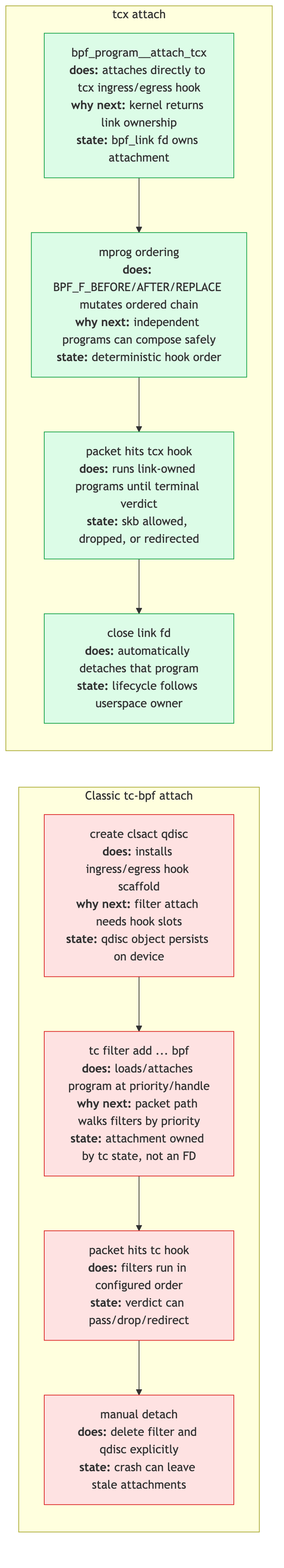
Above: ebpf/src/diagrams/day17_tcx_vs_classic.png in biefy/books (Mermaid), before the change. Its source is kept beside it as ebpf/src/diagrams/src/day17_tcx_vs_classic.mmd.
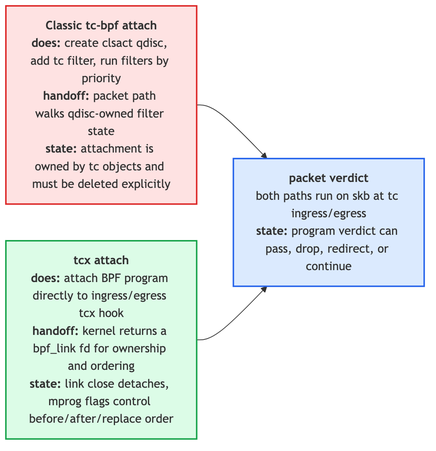
After the commit.

Diff of the diagram source:
```diff
@@ -1,21 +1,16 @@
 flowchart LR
-    subgraph Old["Classic tc-bpf attach"]
-        T1["create clsact qdisc<br/><b>does:</b> installs ingress/egress hook scaffold<br/><b>why next:</b> filter attach needs hook slots<br/><b>state:</b> qdisc object persists on device"]
-        T2["tc filter add ... bpf<br/><b>does:</b> loads/attaches program at priority/handle<br/><b>why next:</b> packet path walks filters by priority<br/><b>state:</b> attachment owned by tc state, not an FD"]
-        T3["packet hits tc hook<br/><b>does:</b> filters run in configured order<br/><b>state:</b> verdict can pass/drop/redirect"]
-        T4["manual detach<br/><b>does:</b> delete filter and qdisc explicitly<br/><b>state:</b> crash can leave stale attachments"]
-        T1 --> T2 --> T3 --> T4
-    end
+    Classic["<b>Classic tc-bpf attach</b><br/><b>does:</b> create clsact qdisc, add tc filter, run filters by priority<br/><b>handoff:</b> packet path walks qdisc-owned filter state<br/><b>state:</b> attachment is owned by tc objects and must be deleted explicitly"]
 
-    subgraph New["tcx attach"]
-        X1["bpf_program__attach_tcx<br/><b>does:</b> attaches directly to tcx ingress/egress hook<br/><b>why next:</b> kernel returns link ownership<br/><b>state:</b> bpf_link fd owns attachment"]
-        X2["mprog ordering<br/><b>does:</b> BPF_F_BEFORE/AFTER/REPLACE mutates ordered chain<br/><b>why next:</b> independent programs can compose safely<br/><b>state:</b> deterministic hook order"]
-        X3["packet hits tcx hook<br/><b>does:</b> runs link-owned programs until terminal verdict<br/><b>state:</b> skb allowed, dropped, or redirected"]
-        X4["close link fd<br/><b>does:</b> automatically detaches that program<br/><b>state:</b> lifecycle follows userspace owner"]
-        X1 --> X2 --> X3 --> X4
-    end
+    TCX["<b>tcx attach</b><br/><b>does:</b> attach BPF program directly to ingress/egress tcx hook<br/><b>handoff:</b> kernel returns a bpf_link fd for ownership and ordering<br/><b>state:</b> link close detaches, mprog flags control before/after/replace order"]
 
-    classDef old fill:#fee2e2,stroke:#dc2626
-    classDef new fill:#dcfce7,stroke:#16a34a
-    class T1,T2,T3,T4 old
-    class X1,X2,X3,X4 new
+    Packet["<b>packet verdict</b><br/>both paths run on skb at tc ingress/egress<br/><b>state:</b> program verdict can pass, drop, redirect, or continue"]
+
+    Classic --> Packet
+    TCX --> Packet
+
+    classDef old fill:#fee2e2,stroke:#dc2626,stroke-width:2px
+    classDef new fill:#dcfce7,stroke:#16a34a,stroke-width:2px
+    classDef pkt fill:#dbeafe,stroke:#2563eb,stroke-width:2px
+    class Classic old
+    class TCX new
+    class Packet pkt
```
